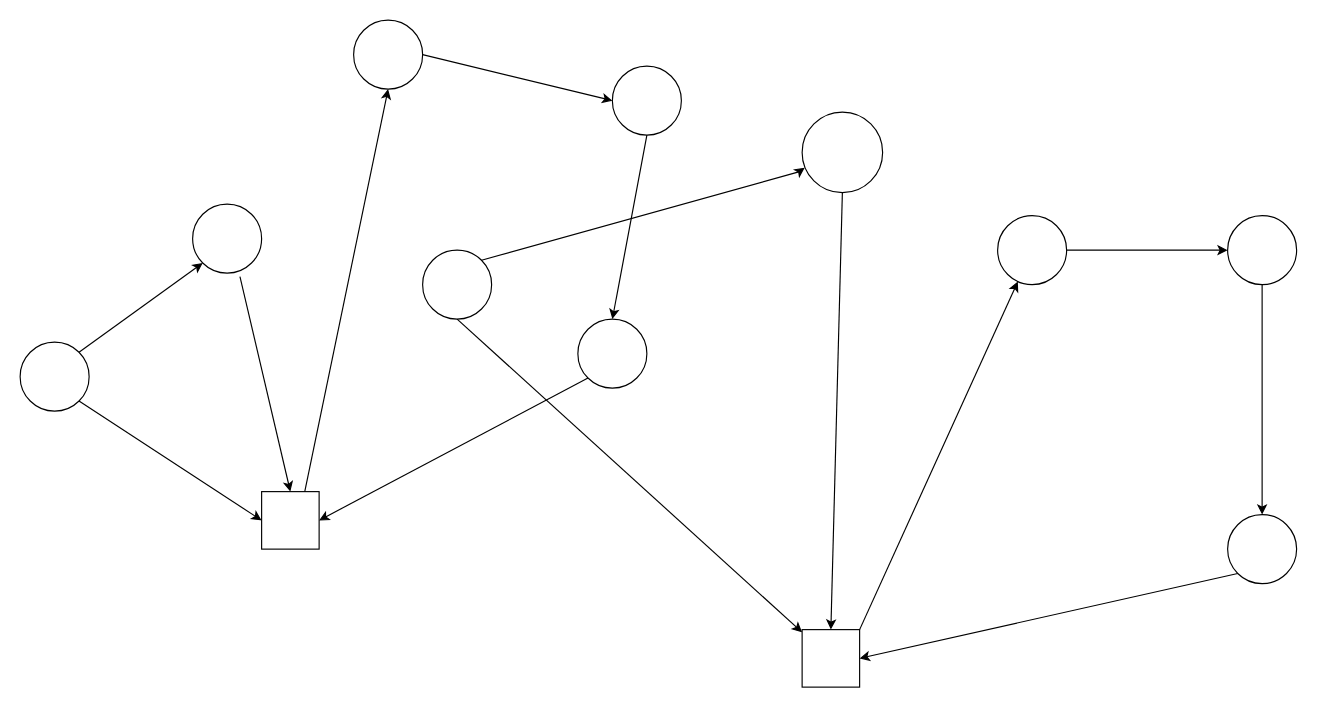
The draw.io diagram Diagram Tanpa Judul.drawio in NayaRPL/bebas, before the edit. Source tidied: cells renumbered, new cells numbered last; positions are measured from the earlier drawing's top-left corner, leaving out a move shared by most shapes. Both pictures are drawn from the tidied source at 115%, with x=0, y=0 at pixel (20, 20).
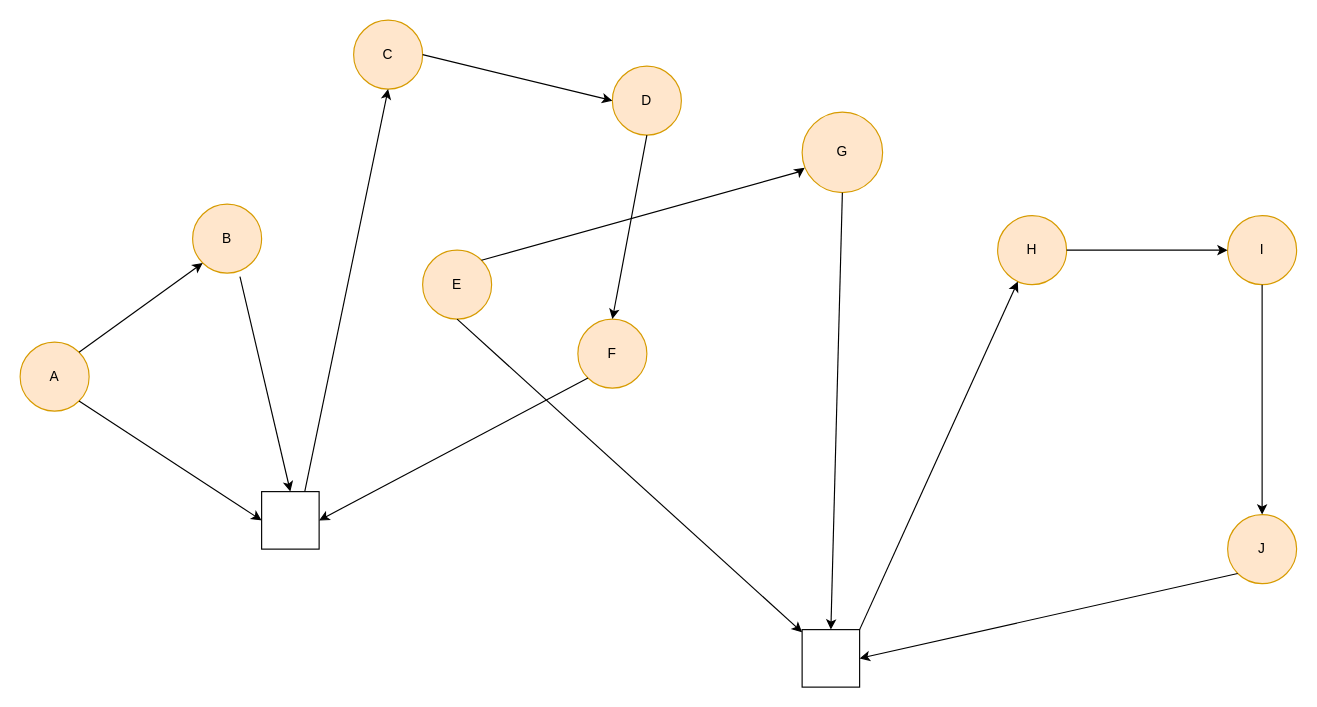
The same page after the edit.

What changed in the source:
```diff
@@
-    <mxCell id="2" style="ellipse;whiteSpace=wrap;html=1;" parent="1" vertex="1">
+    <mxCell id="2" value="H" style="ellipse;whiteSpace=wrap;html=1;fillColor=#ffe6cc;strokeColor=#d79b00;" parent="1" vertex="1">
       <mxGeometry x="850" y="170" width="60" height="60" as="geometry" />
     </mxCell>
-    <mxCell id="3" style="ellipse;whiteSpace=wrap;html=1;" parent="1" vertex="1">
+    <mxCell id="3" value="D" style="ellipse;whiteSpace=wrap;html=1;fillColor=#ffe6cc;strokeColor=#d79b00;" parent="1" vertex="1">
       <mxGeometry x="515" y="40" width="60" height="60" as="geometry" />
     </mxCell>
-    <mxCell id="4" style="ellipse;whiteSpace=wrap;html=1;" parent="1" vertex="1">
+    <mxCell id="4" value="G" style="ellipse;whiteSpace=wrap;html=1;fillColor=#ffe6cc;strokeColor=#d79b00;" parent="1" vertex="1">
       <mxGeometry x="680" y="80" width="70" height="70" as="geometry" />
     </mxCell>
-    <mxCell id="5" style="ellipse;whiteSpace=wrap;html=1;" parent="1" vertex="1">
+    <mxCell id="5" value="C" style="ellipse;whiteSpace=wrap;html=1;fillColor=#ffe6cc;strokeColor=#d79b00;" parent="1" vertex="1">
       <mxGeometry x="290" width="60" height="60" as="geometry" />
     </mxCell>
-    <mxCell id="6" style="ellipse;whiteSpace=wrap;html=1;" parent="1" vertex="1">
+    <mxCell id="6" value="A" style="ellipse;whiteSpace=wrap;html=1;fillColor=#ffe6cc;strokeColor=#d79b00;" parent="1" vertex="1">
       <mxGeometry y="280" width="60" height="60" as="geometry" />
     </mxCell>
-    <mxCell id="7" style="ellipse;whiteSpace=wrap;html=1;" parent="1" vertex="1">
+    <mxCell id="7" value="B" style="ellipse;whiteSpace=wrap;html=1;fillColor=#ffe6cc;strokeColor=#d79b00;" parent="1" vertex="1">
       <mxGeometry x="150" y="160" width="60" height="60" as="geometry" />
     </mxCell>
-    <mxCell id="8" style="ellipse;whiteSpace=wrap;html=1;" parent="1" vertex="1">
+    <mxCell id="8" value="I" style="ellipse;whiteSpace=wrap;html=1;fillColor=#ffe6cc;strokeColor=#d79b00;" parent="1" vertex="1">
       <mxGeometry x="1050" y="170" width="60" height="60" as="geometry" />
     </mxCell>
-    <mxCell id="9" style="ellipse;whiteSpace=wrap;html=1;" parent="1" vertex="1">
+    <mxCell id="9" value="F" style="ellipse;whiteSpace=wrap;html=1;fillColor=#ffe6cc;strokeColor=#d79b00;" parent="1" vertex="1">
       <mxGeometry x="485" y="260" width="60" height="60" as="geometry" />
     </mxCell>
-    <mxCell id="10" style="ellipse;whiteSpace=wrap;html=1;" parent="1" vertex="1">
+    <mxCell id="10" value="E" style="ellipse;whiteSpace=wrap;html=1;fillColor=#ffe6cc;strokeColor=#d79b00;" parent="1" vertex="1">
       <mxGeometry x="350" y="200" width="60" height="60" as="geometry" />
     </mxCell>
@@
-    <mxCell id="23" style="ellipse;whiteSpace=wrap;html=1;" parent="1" vertex="1">
+    <mxCell id="23" value="J" style="ellipse;whiteSpace=wrap;html=1;fillColor=#ffe6cc;strokeColor=#d79b00;" parent="1" vertex="1">
       <mxGeometry x="1050" y="430" width="60" height="60" as="geometry" />
     </mxCell>
```
